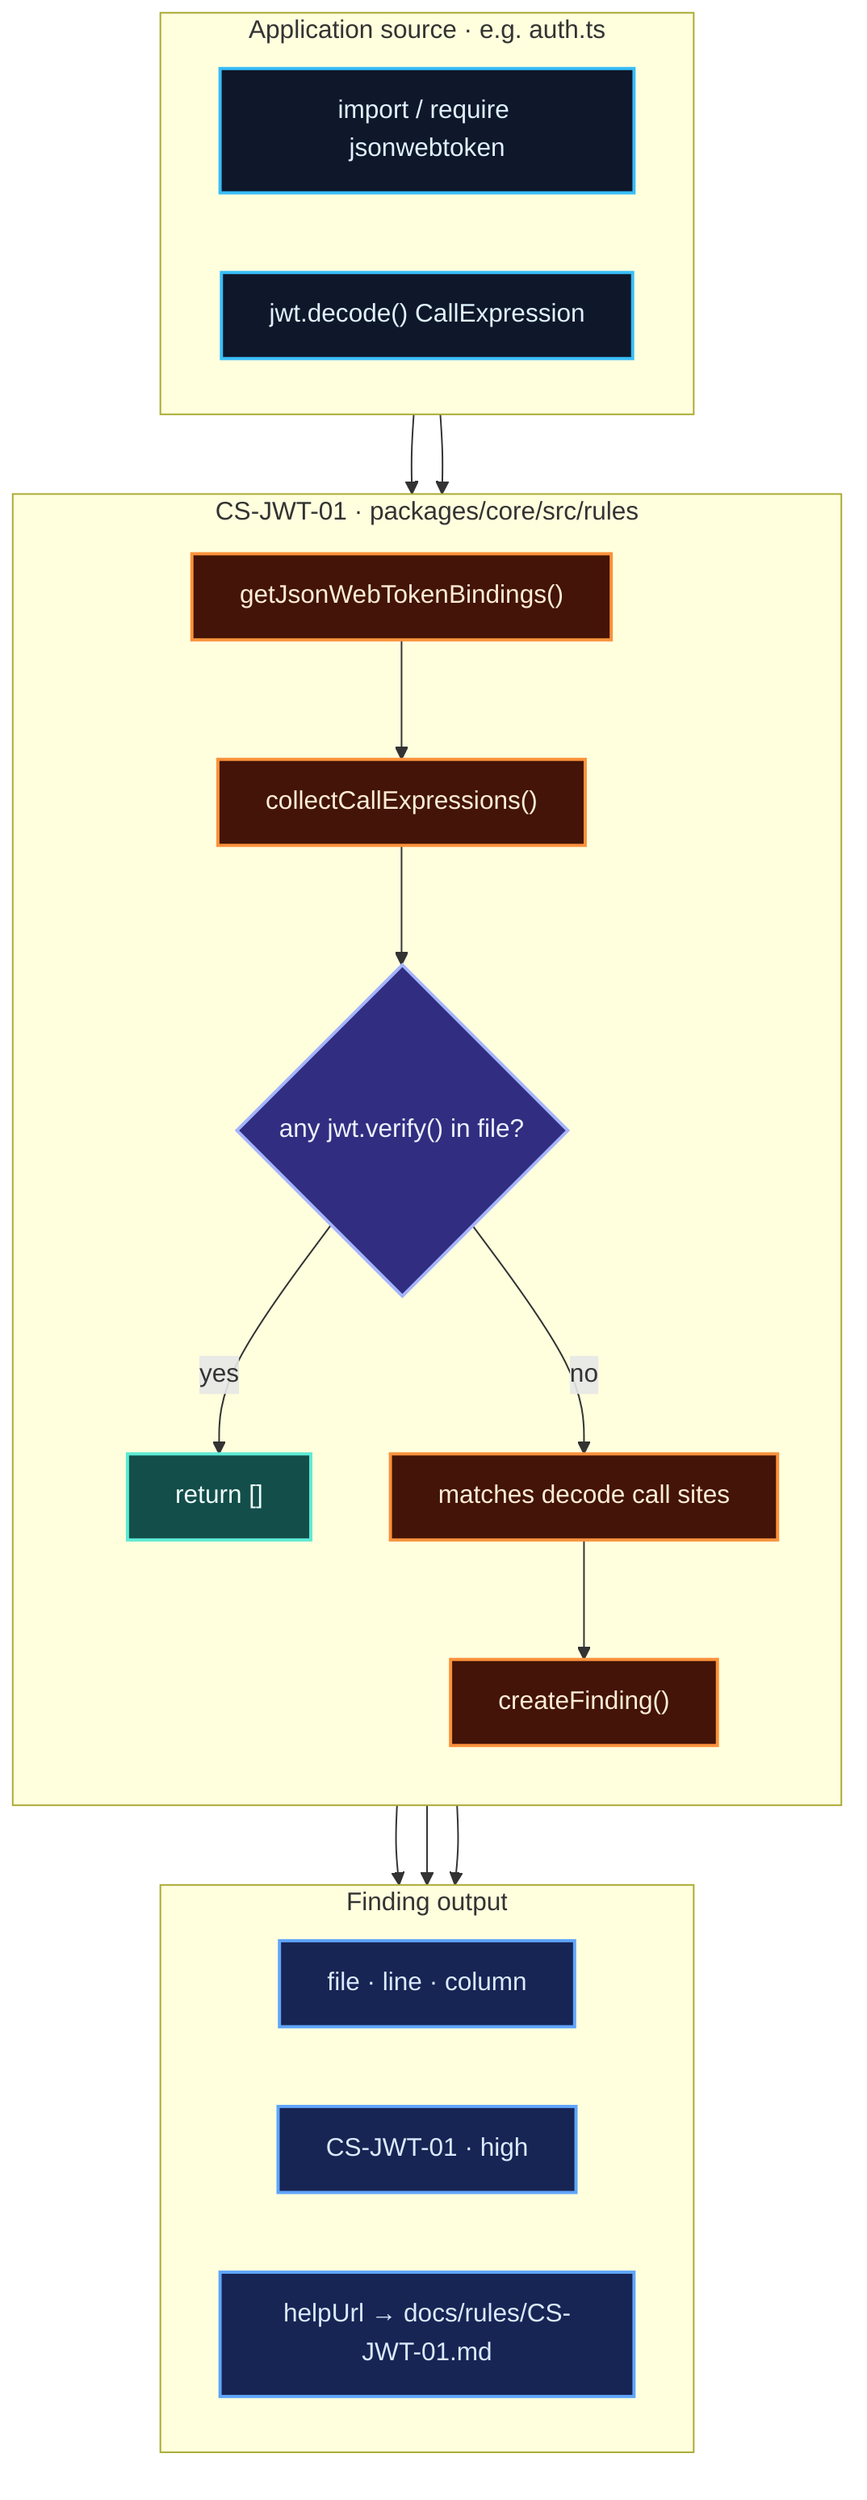
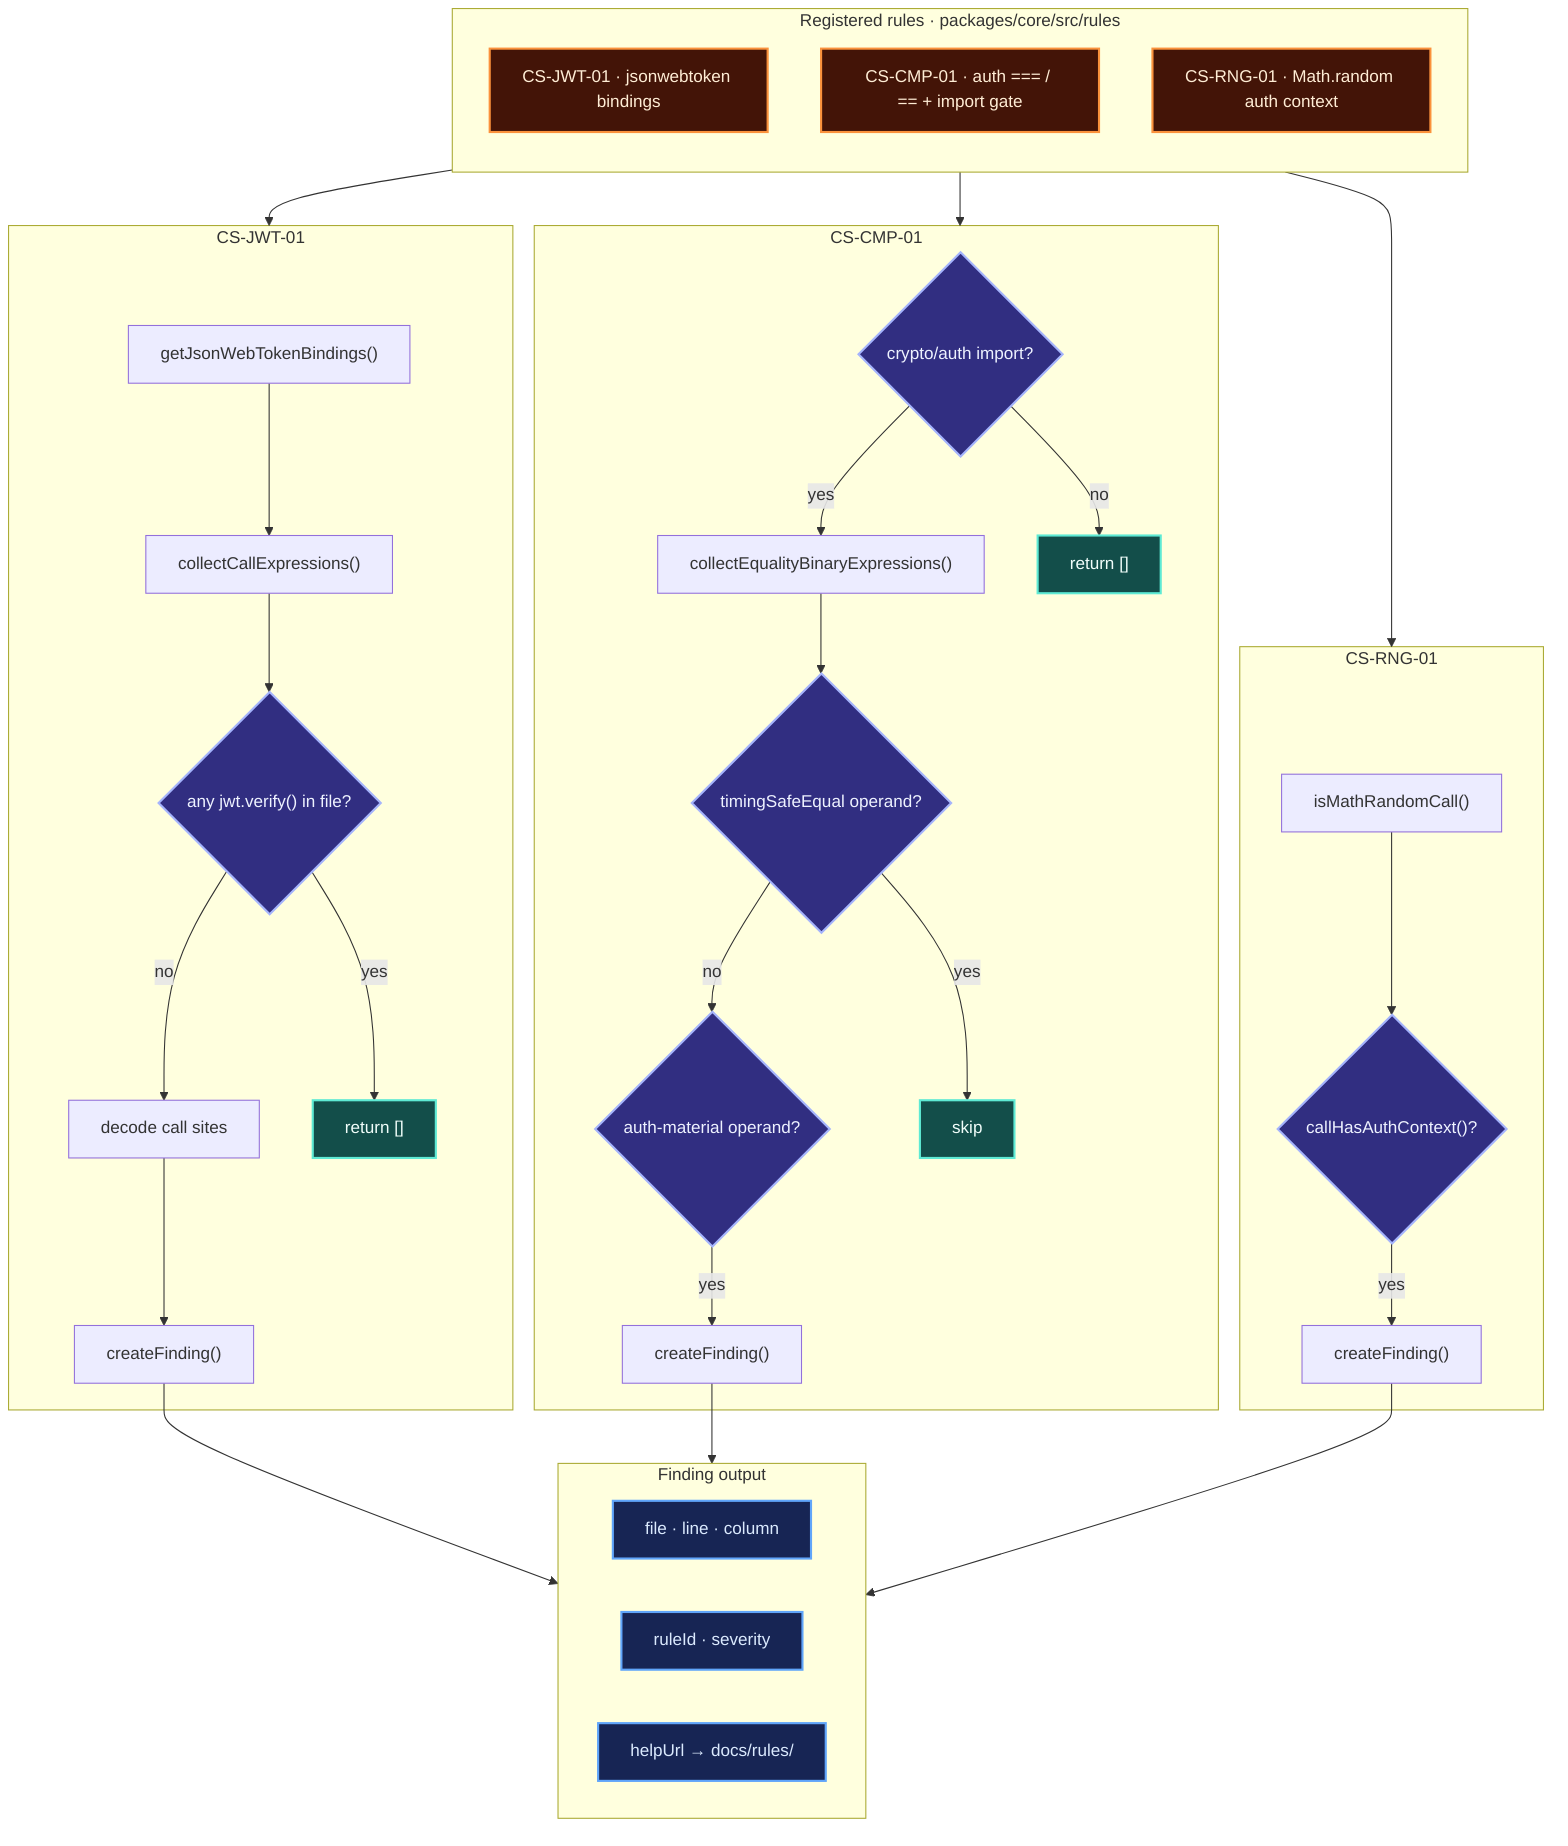
flowchart TB
- 	subgraph SOURCE["Application source · e.g. auth.ts"]
- 		direction LR
- 		IMP["import / require jsonwebtoken"]
- 		CALL["jwt.decode() CallExpression"]
+ 	subgraph RULES["Registered rules · packages/core/src/rules"]
+ 		direction TB
+ 		JWT["CS-JWT-01 · jsonwebtoken bindings"]
+ 		CMP["CS-CMP-01 · auth === / == + import gate"]
+ 		RNG["CS-RNG-01 · Math.random auth context"]
	end

- 	subgraph RULE["CS-JWT-01 · packages/core/src/rules"]
- 		direction TB
+ 	subgraph JWT_FLOW["CS-JWT-01"]
		BIND["getJsonWebTokenBindings()"]
		WALK["collectCallExpressions()"]
		VERIFY{"any jwt.verify() in file?"}
- 		DECODE["matches decode call sites"]
- 		FIND["createFinding()"]
+ 		DECODE["decode call sites"]
		BIND --> WALK --> VERIFY
- 		VERIFY -->|yes| CLEAN["return []"]
- 		VERIFY -->|no| DECODE --> FIND
+ 		VERIFY -->|yes| JCLEAN["return []"]
+ 		VERIFY -->|no| DECODE --> JFIND["createFinding()"]
+ 	end
+ 
+ 	subgraph CMP_FLOW["CS-CMP-01"]
+ 		GATE{"crypto/auth import?"}
+ 		BIN["collectEqualityBinaryExpressions()"]
+ 		AUTH{"auth-material operand?"}
+ 		SAFE{"timingSafeEqual operand?"}
+ 		GATE -->|no| CCLEAN["return []"]
+ 		GATE -->|yes| BIN --> SAFE
+ 		SAFE -->|yes| CSKIP["skip"]
+ 		SAFE -->|no| AUTH -->|yes| CFIND["createFinding()"]
+ 	end
+ 
+ 	subgraph RNG_FLOW["CS-RNG-01"]
+ 		MR["isMathRandomCall()"]
+ 		CTX{"callHasAuthContext()?"}
+ 		MR --> CTX
+ 		CTX -->|yes| RFIND["createFinding()"]
	end

	subgraph REPORT["Finding output"]
		direction LR
		LOC["file · line · column"]
- 		MSG["CS-JWT-01 · high"]
- 		DOC["helpUrl → docs/rules/CS-JWT-01.md"]
+ 		MSG["ruleId · severity"]
+ 		DOC["helpUrl → docs/rules/"]
	end

- 	IMP --> BIND
- 	CALL --> WALK
- 	FIND --> LOC
- 	FIND --> MSG
- 	FIND --> DOC
+ 	JWT --> JWT_FLOW
+ 	CMP --> CMP_FLOW
+ 	RNG --> RNG_FLOW
+ 	JFIND --> REPORT
+ 	CFIND --> REPORT
+ 	RFIND --> REPORT

- 	classDef source fill:#0f172a,stroke:#38bdf8,stroke-width:2px,color:#e0f2fe
	classDef rule fill:#431407,stroke:#fb923c,stroke-width:2px,color:#ffedd5
	classDef decision fill:#312e81,stroke:#a5b4fc,stroke-width:2px,color:#eef2ff
	classDef clean fill:#134e4a,stroke:#5eead4,stroke-width:2px,color:#f0fdfa
	classDef report fill:#172554,stroke:#60a5fa,stroke-width:2px,color:#dbeafe

- 	class IMP,CALL source
- 	class BIND,WALK,DECODE,FIND rule
- 	class VERIFY decision
- 	class CLEAN clean
+ 	class JWT,CMP,RNG rule
+ 	class VERIFY,GATE,AUTH,SAFE,CTX decision
+ 	class JCLEAN,CCLEAN,CSKIP clean
	class LOC,MSG,DOC report
